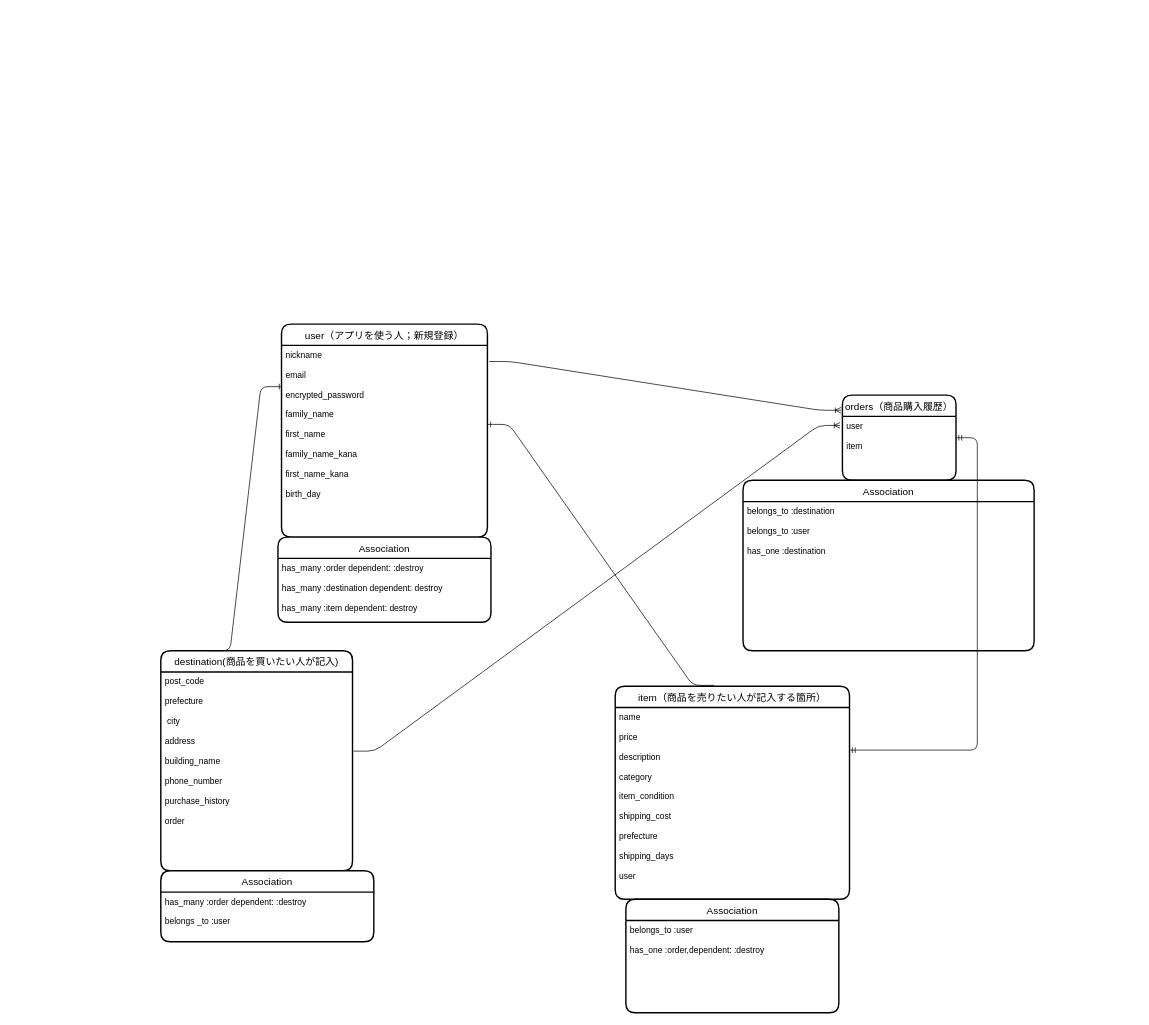
donrow007/furima-38283 keeps this draw.io diagram as furima.dio. Above is the earlier version. Source tidied: cells renumbered, new cells numbered last; positions are measured from the earlier drawing's top-left corner, leaving out a move shared by most shapes. Both pictures are drawn from the tidied source at 71%, with x=0, y=0 at pixel (160, 324).
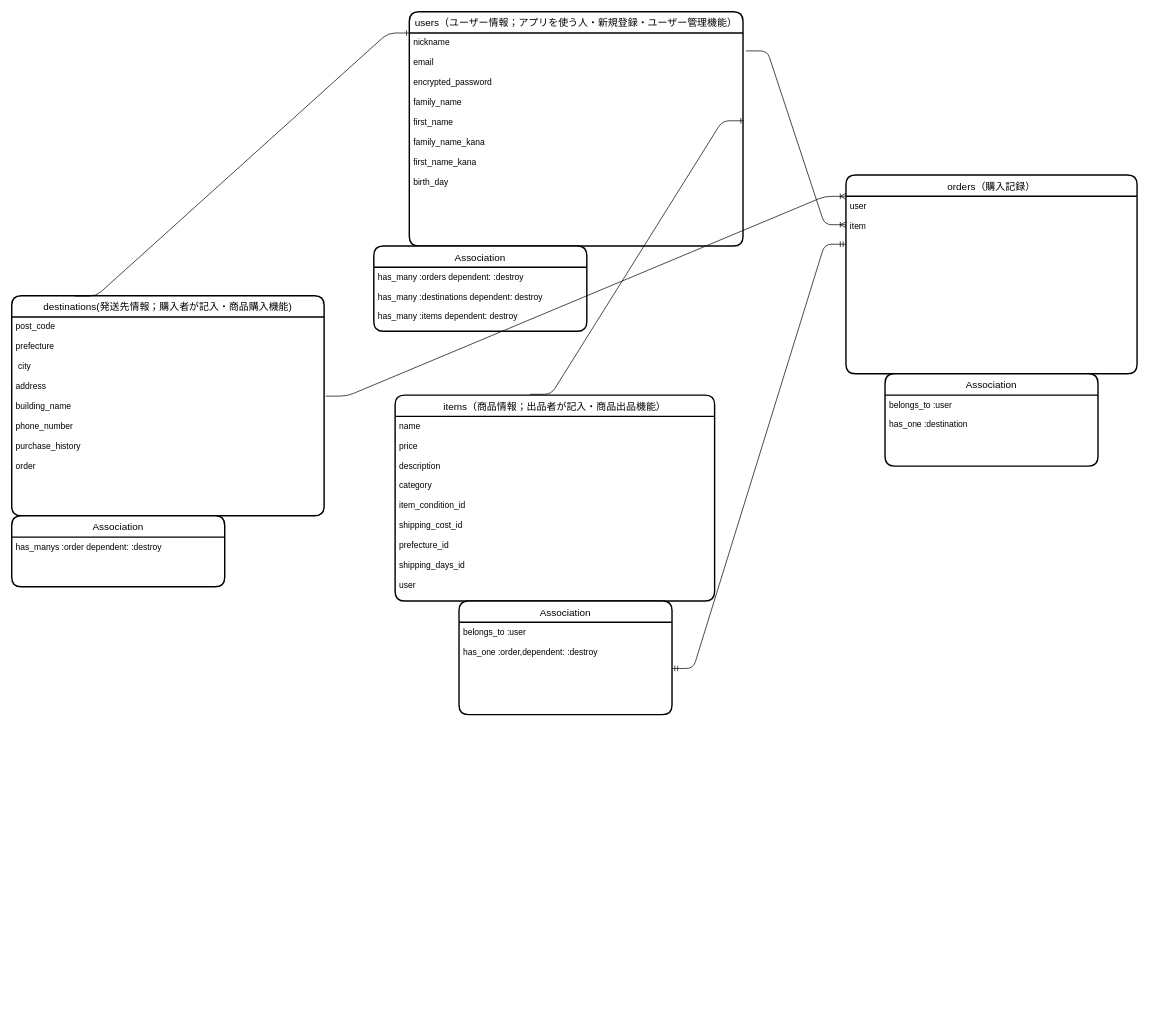
Above is the later version.

Unchanged cells that the change refers to:
```xml
<mxCell id="15" value="belongs_to :user &#10;&#10;has_one :order,dependent: :destroy" style="align=left;strokeColor=none;fillColor=none;spacingLeft=4;fontSize=12;verticalAlign=top;" parent="14" vertex="1">
  <mxGeometry y="30" width="300" height="130" as="geometry" />
</mxCell>
```

The edit, as a diff of the source:
```diff
@@
-    <mxCell id="2" value="orders（商品購入履歴）" style="swimlane;horizontal=1;startSize=30;rounded=1;fontSize=14;fontStyle=0;strokeWidth=2;shadow=0;dashed=0;align=center;" parent="1" vertex="1">
-      <mxGeometry x="960" y="100" width="160" height="120" as="geometry" />
+    <mxCell id="2" value="orders（購入記録）" style="swimlane;horizontal=1;startSize=30;rounded=1;fontSize=14;fontStyle=0;strokeWidth=2;shadow=0;dashed=0;align=center;" parent="1" vertex="1">
+      <mxGeometry x="965" y="-210" width="410" height="280" as="geometry" />
     </mxCell>
-    <mxCell id="3" value="user&#10;&#10;item" style="align=left;strokeColor=none;fillColor=none;spacingLeft=4;fontSize=12;verticalAlign=top;" parent="2" vertex="1">
-      <mxGeometry y="30" width="160" height="90" as="geometry" />
+    <mxCell id="3" value="user&#10;&#10;item&#10;&#10;" style="align=left;strokeColor=none;fillColor=none;spacingLeft=4;fontSize=12;verticalAlign=top;" parent="2" vertex="1">
+      <mxGeometry y="30" width="410" height="90" as="geometry" />
     </mxCell>
+    <mxCell id="23" value="&#10;&#10;" style="align=left;strokeColor=none;fillColor=none;spacingLeft=4;fontSize=12;verticalAlign=top;" parent="2" vertex="1">
+      <mxGeometry y="120" width="410" height="160" as="geometry" />
+    </mxCell>
-    <mxCell id="4" value="item（商品を売りたい人が記入する箇所）" style="swimlane;horizontal=1;startSize=30;rounded=1;fontSize=14;fontStyle=0;strokeWidth=2;shadow=0;dashed=0;align=center;" parent="1" vertex="1">
-      <mxGeometry x="640" y="510" width="330" height="300" as="geometry" />
+    <mxCell id="4" value="items（商品情報；出品者が記入・商品出品機能）" style="swimlane;horizontal=1;startSize=30;rounded=1;fontSize=14;fontStyle=0;strokeWidth=2;shadow=0;dashed=0;align=center;" parent="1" vertex="1">
+      <mxGeometry x="330" y="100" width="450" height="290" as="geometry" />
     </mxCell>
-    <mxCell id="5" value="name&#10;&#10;price&#10;&#10;description&#10;&#10;category           &#10;&#10;item_condition&#10;     &#10;shipping_cost&#10;&#10;prefecture&#10;&#10;shipping_days&#10; &#10;user               &#10;&#10;&#10;&#10;" style="align=left;strokeColor=none;fillColor=none;spacingLeft=4;fontSize=12;verticalAlign=top;" parent="4" vertex="1">
-      <mxGeometry y="30" width="330" height="270" as="geometry" />
-    </mxCell>
+    <mxCell id="24" value="name&#10;&#10;price&#10;&#10;description&#10;&#10;category           &#10;&#10;item_condition_id&#10;     &#10;shipping_cost_id&#10;&#10;prefecture_id&#10;&#10;shipping_days_id&#10; &#10;user               &#10;&#10;&#10;&#10;" style="align=left;strokeColor=none;fillColor=none;spacingLeft=4;fontSize=12;verticalAlign=top;" parent="4" vertex="1">
+      <mxGeometry y="30" width="450" height="260" as="geometry" />
+    </mxCell>
-    <mxCell id="6" value="destination(商品を買いたい人が記入)" style="swimlane;horizontal=1;startSize=30;rounded=1;fontSize=14;fontStyle=0;strokeWidth=2;shadow=0;dashed=0;align=center;" parent="1" vertex="1">
-      <mxGeometry y="460" width="270" height="310" as="geometry" />
+    <mxCell id="6" value="destinations(発送先情報；購入者が記入・商品購入機能)" style="swimlane;horizontal=1;startSize=30;rounded=1;fontSize=14;fontStyle=0;strokeWidth=2;shadow=0;dashed=0;align=center;" parent="1" vertex="1">
+      <mxGeometry x="-210" y="-40" width="440" height="310" as="geometry" />
     </mxCell>
     <mxCell id="7" value="post_code&#10;&#10;prefecture&#10;&#10; city  &#10;&#10;address &#10;          &#10;building_name&#10;      &#10;phone_number&#10;      &#10;purchase_history&#10;&#10;order&#10;&#10;&#10;&#10;&#10;" style="align=left;strokeColor=none;fillColor=none;spacingLeft=4;fontSize=12;verticalAlign=top;" parent="6" vertex="1">
-      <mxGeometry y="30" width="270" height="280" as="geometry" />
+      <mxGeometry y="30" width="440" height="280" as="geometry" />
     </mxCell>
-    <mxCell id="8" value="user（アプリを使う人；新規登録）" style="swimlane;horizontal=1;startSize=30;rounded=1;fontSize=14;fontStyle=0;strokeWidth=2;shadow=0;dashed=0;align=center;" parent="1" vertex="1">
-      <mxGeometry x="170" width="290" height="300" as="geometry" />
+    <mxCell id="8" value="users（ユーザー情報；アプリを使う人・新規登録・ユーザー管理機能）" style="swimlane;horizontal=1;startSize=30;rounded=1;fontSize=14;fontStyle=0;strokeWidth=2;shadow=0;dashed=0;align=center;" parent="1" vertex="1">
+      <mxGeometry x="350" y="-440" width="470" height="330" as="geometry" />
     </mxCell>
     <mxCell id="9" value="nickname&#10;&#10;email&#10;&#10;encrypted_password&#10;&#10;family_name&#10;&#10;first_name&#10;&#10;family_name_kana&#10;&#10;first_name_kana&#10;&#10;birth_day&#10;&#10;" style="align=left;strokeColor=none;fillColor=none;spacingLeft=4;fontSize=12;verticalAlign=top;" parent="8" vertex="1">
-      <mxGeometry y="30" width="290" height="270" as="geometry" />
+      <mxGeometry y="30" width="470" height="300" as="geometry" />
     </mxCell>
     <mxCell id="10" value="Association" style="swimlane;horizontal=1;startSize=30;rounded=1;fontSize=14;fontStyle=0;strokeWidth=2;shadow=0;dashed=0;align=center;" parent="1" vertex="1">
-      <mxGeometry x="165" y="300" width="300" height="120" as="geometry" />
+      <mxGeometry x="300" y="-110" width="300" height="120" as="geometry" />
     </mxCell>
-    <mxCell id="11" value="has_many :order dependent: :destroy&#10;&#10;has_many :destination dependent: destroy&#10;&#10;has_many :item dependent: destroy" style="align=left;strokeColor=none;fillColor=none;spacingLeft=4;fontSize=12;verticalAlign=top;" parent="10" vertex="1">
+    <mxCell id="11" value="has_many :orders dependent: :destroy&#10;&#10;has_many :destinations dependent: destroy&#10;&#10;has_many :items dependent: destroy" style="align=left;strokeColor=none;fillColor=none;spacingLeft=4;fontSize=12;verticalAlign=top;" parent="10" vertex="1">
       <mxGeometry y="30" width="300" height="90" as="geometry" />
     </mxCell>
     <mxCell id="12" value="Association" style="swimlane;horizontal=1;startSize=30;rounded=1;fontSize=14;fontStyle=0;strokeWidth=2;shadow=0;dashed=0;align=center;" parent="1" vertex="1">
-      <mxGeometry x="820" y="220" width="410" height="240" as="geometry" />
+      <mxGeometry x="1020" y="70" width="300" height="130" as="geometry" />
     </mxCell>
-    <mxCell id="13" value="belongs_to :destination&#10;&#10;belongs_to :user&#10;&#10;has_one :destination&#10;" style="align=left;strokeColor=none;fillColor=none;spacingLeft=4;fontSize=12;verticalAlign=top;" parent="12" vertex="1">
-      <mxGeometry y="30" width="410" height="210" as="geometry" />
+    <mxCell id="13" value="belongs_to :user&#10;&#10;has_one :destination&#10;" style="align=left;strokeColor=none;fillColor=none;spacingLeft=4;fontSize=12;verticalAlign=top;" parent="12" vertex="1">
+      <mxGeometry y="30" width="300" height="100" as="geometry" />
     </mxCell>
     <mxCell id="14" value="Association" style="swimlane;horizontal=1;startSize=30;rounded=1;fontSize=14;fontStyle=0;strokeWidth=2;shadow=0;dashed=0;align=center;" parent="1" vertex="1">
-      <mxGeometry x="655" y="810" width="300" height="160" as="geometry" />
+      <mxGeometry x="420" y="390" width="300" height="160" as="geometry" />
     </mxCell>
@@
-    <mxCell id="16" style="edgeStyle=entityRelationEdgeStyle;fontSize=12;html=1;endArrow=ERoneToMany;exitX=1.009;exitY=0.084;exitDx=0;exitDy=0;exitPerimeter=0;entryX=-0.012;entryY=0.178;entryDx=0;entryDy=0;entryPerimeter=0;" parent="1" edge="1" source="9" target="2">
+    <mxCell id="16" style="edgeStyle=entityRelationEdgeStyle;fontSize=12;html=1;endArrow=ERoneToMany;exitX=1.009;exitY=0.084;exitDx=0;exitDy=0;exitPerimeter=0;entryX=0;entryY=0.25;entryDx=0;entryDy=0;" parent="1" edge="1" source="9" target="2">
       <mxGeometry relative="1" as="geometry" />
     </mxCell>
@@
-    <mxCell id="18" style="edgeStyle=entityRelationEdgeStyle;fontSize=12;html=1;endArrow=ERmandOne;startArrow=ERmandOne;" parent="1" edge="1" target="2">
-      <mxGeometry relative="1" as="geometry">
-        <mxPoint x="970" y="600" as="sourcePoint" />
-      </mxGeometry>
+    <mxCell id="18" style="edgeStyle=entityRelationEdgeStyle;fontSize=12;html=1;endArrow=ERmandOne;startArrow=ERmandOne;exitX=1;exitY=0.5;exitDx=0;exitDy=0;entryX=0;entryY=0.75;entryDx=0;entryDy=0;" parent="1" edge="1" source="15" target="3">
+      <mxGeometry relative="1" as="geometry" />
     </mxCell>
-    <mxCell id="19" style="edgeStyle=entityRelationEdgeStyle;fontSize=12;html=1;endArrow=ERoneToMany;exitX=1.005;exitY=0.398;exitDx=0;exitDy=0;exitPerimeter=0;entryX=-0.021;entryY=0.141;entryDx=0;entryDy=0;entryPerimeter=0;" parent="1" edge="1" source="7" target="3">
+    <mxCell id="19" style="edgeStyle=entityRelationEdgeStyle;fontSize=12;html=1;endArrow=ERoneToMany;exitX=1.005;exitY=0.398;exitDx=0;exitDy=0;exitPerimeter=0;entryX=0;entryY=0;entryDx=0;entryDy=0;" parent="1" edge="1" source="7" target="3">
       <mxGeometry relative="1" as="geometry" />
     </mxCell>
     <mxCell id="20" value="Association" style="swimlane;horizontal=1;startSize=30;rounded=1;fontSize=14;fontStyle=0;strokeWidth=2;shadow=0;dashed=0;align=center;" parent="1" vertex="1">
-      <mxGeometry y="770" width="300" height="100" as="geometry" />
+      <mxGeometry x="-210" y="270" width="300" height="100" as="geometry" />
     </mxCell>
-    <mxCell id="21" value="has_many :order dependent: :destroy&#10;&#10;belongs _to :user" style="align=left;strokeColor=none;fillColor=none;spacingLeft=4;fontSize=12;verticalAlign=top;" parent="20" vertex="1">
+    <mxCell id="21" value="has_manys :order dependent: :destroy&#10;&#10;" style="align=left;strokeColor=none;fillColor=none;spacingLeft=4;fontSize=12;verticalAlign=top;" parent="20" vertex="1">
       <mxGeometry y="30" width="300" height="70" as="geometry" />
     </mxCell>
-    <mxCell id="22" style="edgeStyle=entityRelationEdgeStyle;fontSize=12;html=1;endArrow=ERone;endFill=1;entryX=0.003;entryY=0.215;entryDx=0;entryDy=0;entryPerimeter=0;exitX=0.25;exitY=0;exitDx=0;exitDy=0;" parent="1" edge="1" source="6" target="9">
+    <mxCell id="22" style="edgeStyle=entityRelationEdgeStyle;fontSize=12;html=1;endArrow=ERone;endFill=1;exitX=0.202;exitY=0.002;exitDx=0;exitDy=0;entryX=0;entryY=0;entryDx=0;entryDy=0;exitPerimeter=0;" parent="1" edge="1" source="6" target="9">
       <mxGeometry relative="1" as="geometry" />
     </mxCell>
```
